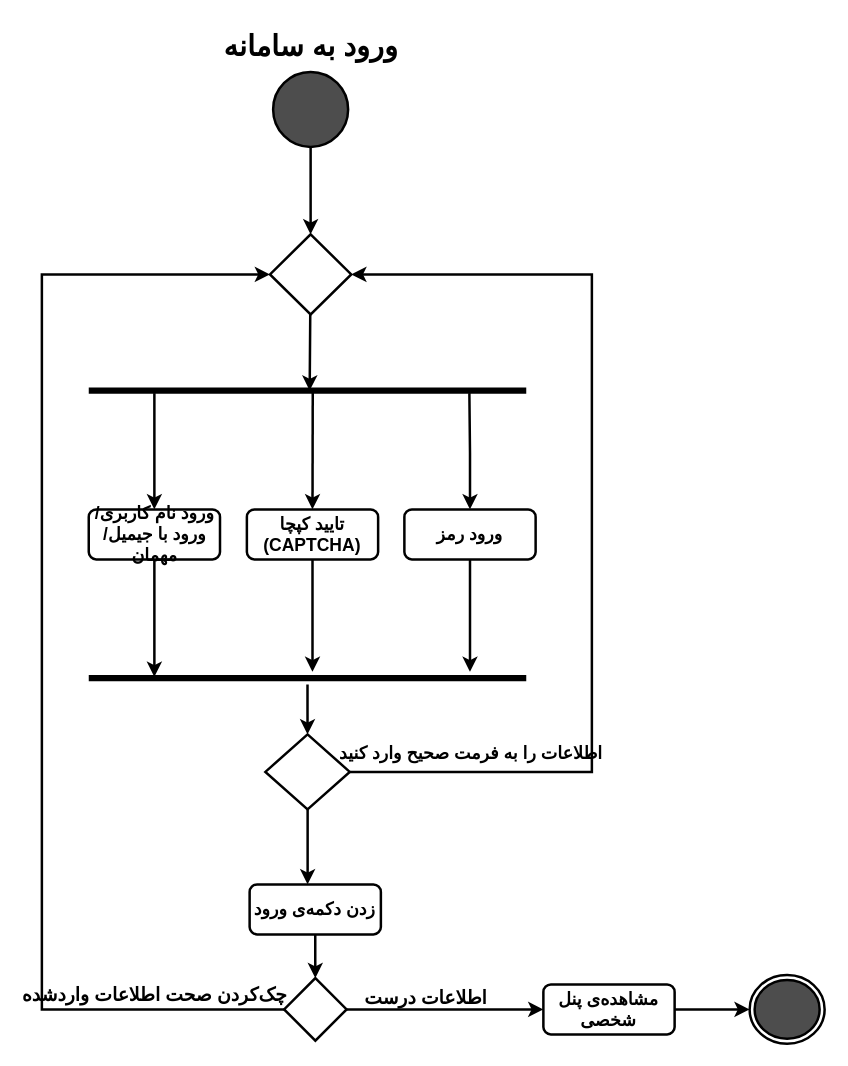
Above: page "Login" (1 of 26) of ActivityDiagram/MiddleWare_CarBaMaActivityDiagram.drawio in MelvinMo/CarBaMa_Automotive-Sale-Application (draw.io), before the change. Source tidied: cells renumbered, new cells numbered last; positions are measured from the earlier drawing's top-left corner, leaving out a move shared by most shapes. Both pictures are drawn from the tidied source at 125%, with x=0, y=0 at pixel (35, 21).
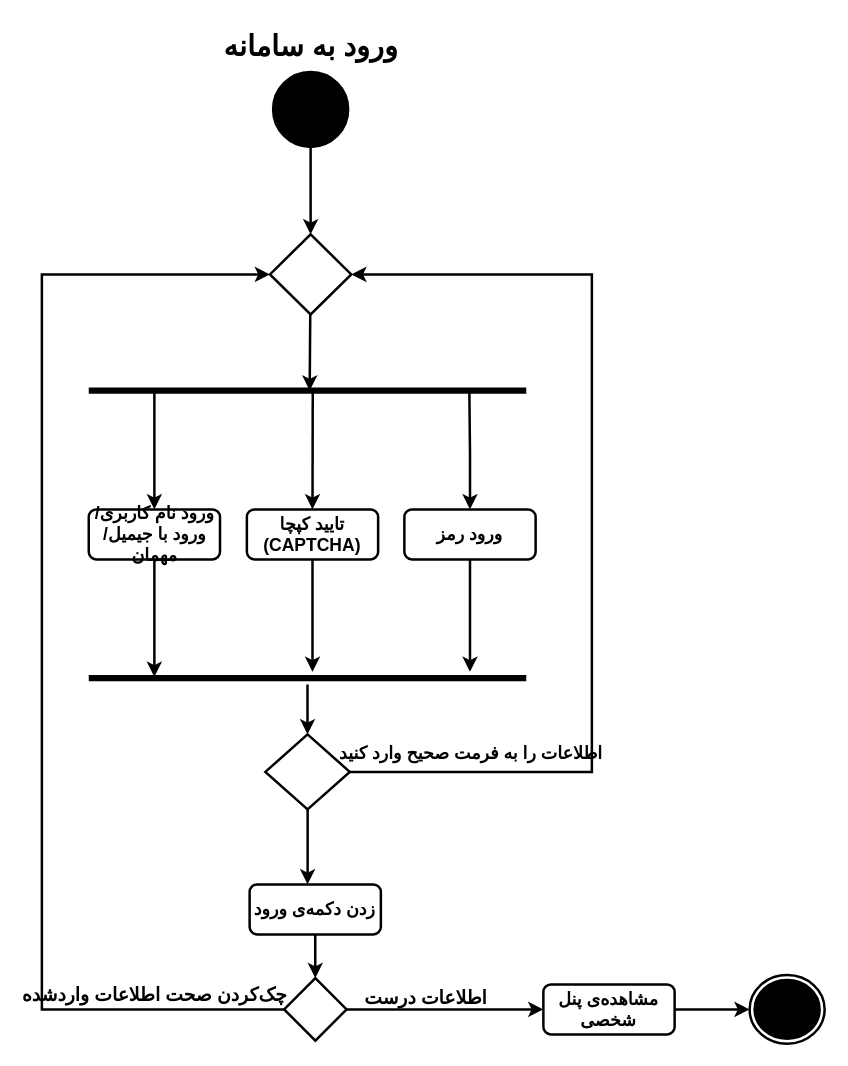
The same diagram, later.

The edit, as a diff of the source:
```diff
@@
-    <mxCell id="3" style="ellipse;html=1;shape=endState;fillColor=#4D4D4D;strokeColor=#000000;strokeWidth=2;" parent="1" vertex="1">
+    <mxCell id="3" style="ellipse;html=1;shape=endState;fillColor=#030000;strokeColor=#000000;strokeWidth=2;" parent="1" vertex="1">
       <mxGeometry x="571.2" y="762.5" width="60" height="55" as="geometry" />
     </mxCell>
@@
-    <mxCell id="26" style="verticalLabelPosition=bottom;verticalAlign=top;html=1;shape=mxgraph.flowchart.on-page_reference;strokeColor=#000000;fillColor=#4D4D4D;strokeWidth=2;" parent="1" vertex="1">
+    <mxCell id="26" style="verticalLabelPosition=bottom;verticalAlign=top;html=1;shape=mxgraph.flowchart.on-page_reference;strokeColor=#000000;fillColor=#030000;strokeWidth=2;" parent="1" vertex="1">
       <mxGeometry x="190" y="40" width="60" height="60" as="geometry" />
     </mxCell>
```
